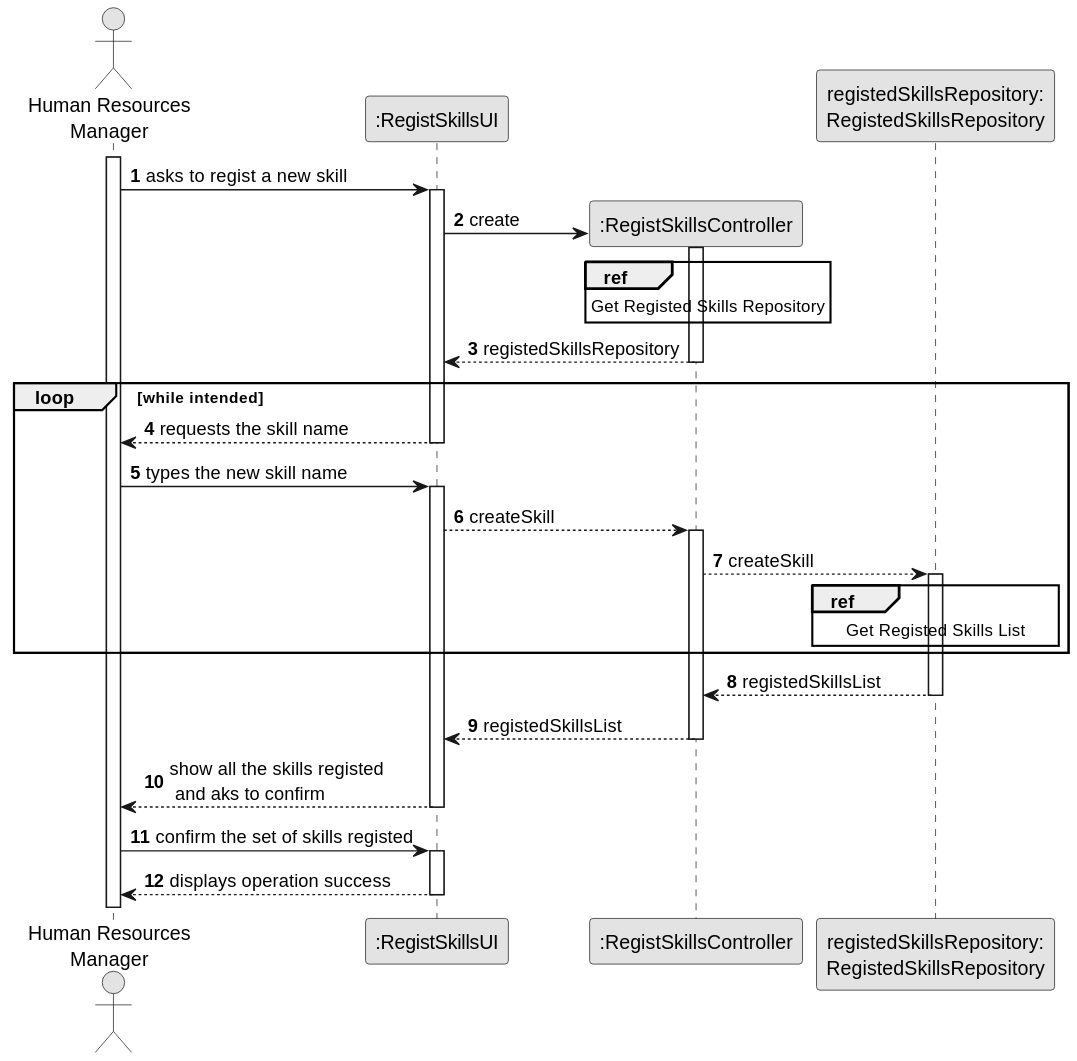
Earlier version of the PlantUML export docs/sprint2/us001/03.design/svg/us001-sequence-diagram-split.svg (1231360-ISEP/lei-24-s2-1db-g021). Its diagram source:
```plantuml
@startuml
skinparam monochrome true
skinparam packageStyle rectangle
skinparam shadowing false

actor "Human Resources\nManager" as HRM
participant ":RegistSkillsUI" as UI
participant ":RegistSkillsController" as CTRL
participant "registedSkillsRepository:\nRegistedSkillsRepository" as RegistedSkillsRepository

autonumber 1

activate HRM

    HRM -> UI : asks to regist a new skill
    activate UI

        UI -> CTRL** : create

        activate CTRL

        ref over CTRL
            Get Registed Skills Repository
        end ref


        UI <-- CTRL : registedSkillsRepository
        deactivate CTRL

    loop while intended
            UI --> HRM : requests the skill name
        deactivate UI

        HRM -> UI : types the new skill name
        activate UI
            UI --> CTRL: createSkill
        activate CTRL


            CTRL --> RegistedSkillsRepository : createSkill

            activate RegistedSkillsRepository

            ref over RegistedSkillsRepository
                Get Registed Skills List
            end ref
    end
                RegistedSkillsRepository --> CTRL : registedSkillsList
            deactivate RegistedSkillsRepository

            CTRL --> UI : registedSkillsList
        deactivate CTRL

        UI --> HRM : show all the skills registed\n and aks to confirm

            deactivate CTRL
        deactivate UI

    HRM -> UI : confirm the set of skills registed
    activate UI

    UI --> HRM : displays operation success
    deactivate UI
@enduml
```
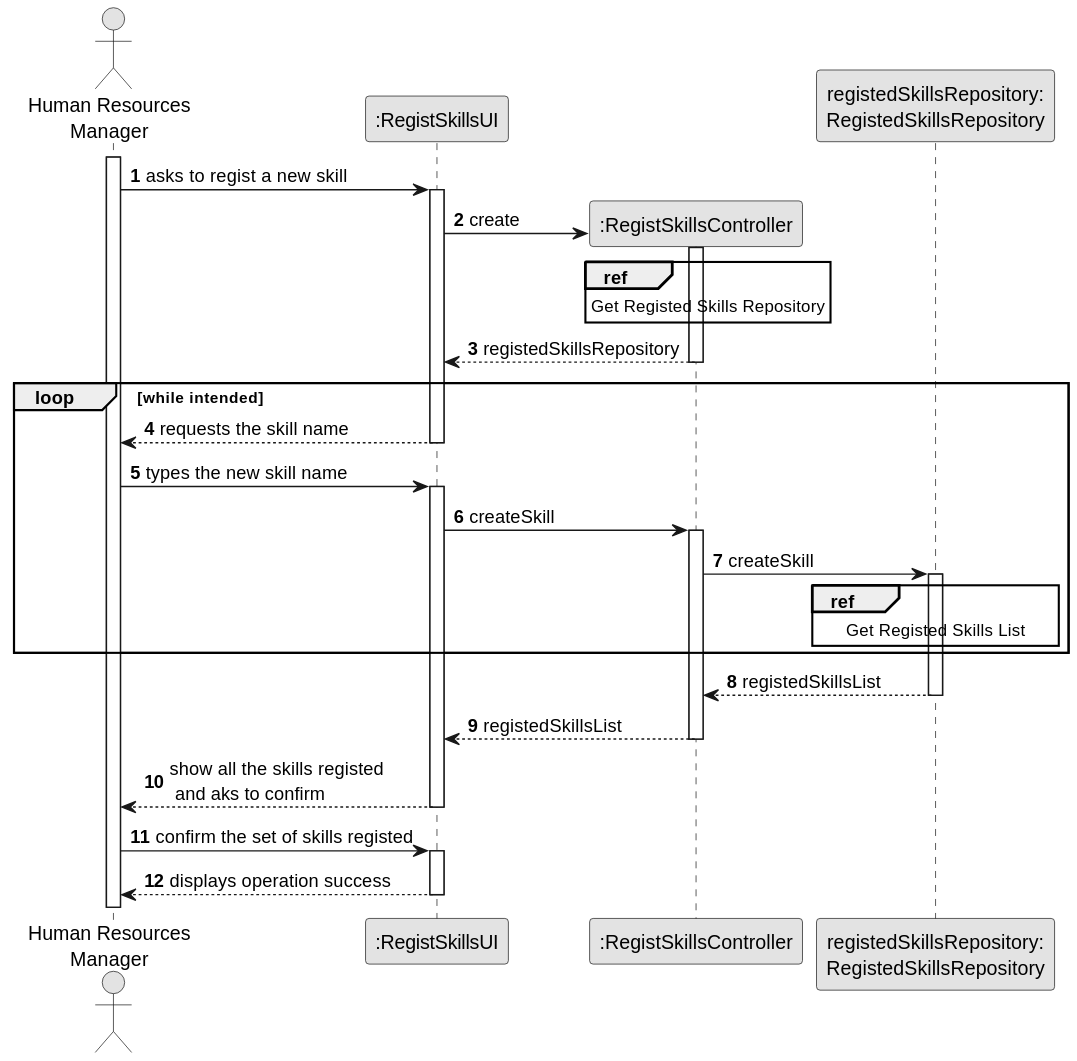
After the change.

Diff of the diagram source:
```diff
@@ -33,11 +33,11 @@
 
         HRM -> UI : types the new skill name
         activate UI
-            UI --> CTRL: createSkill
+            UI -> CTRL: createSkill
         activate CTRL
 
 
-            CTRL --> RegistedSkillsRepository : createSkill
+            CTRL -> RegistedSkillsRepository : createSkill
 
             activate RegistedSkillsRepository
 
```
